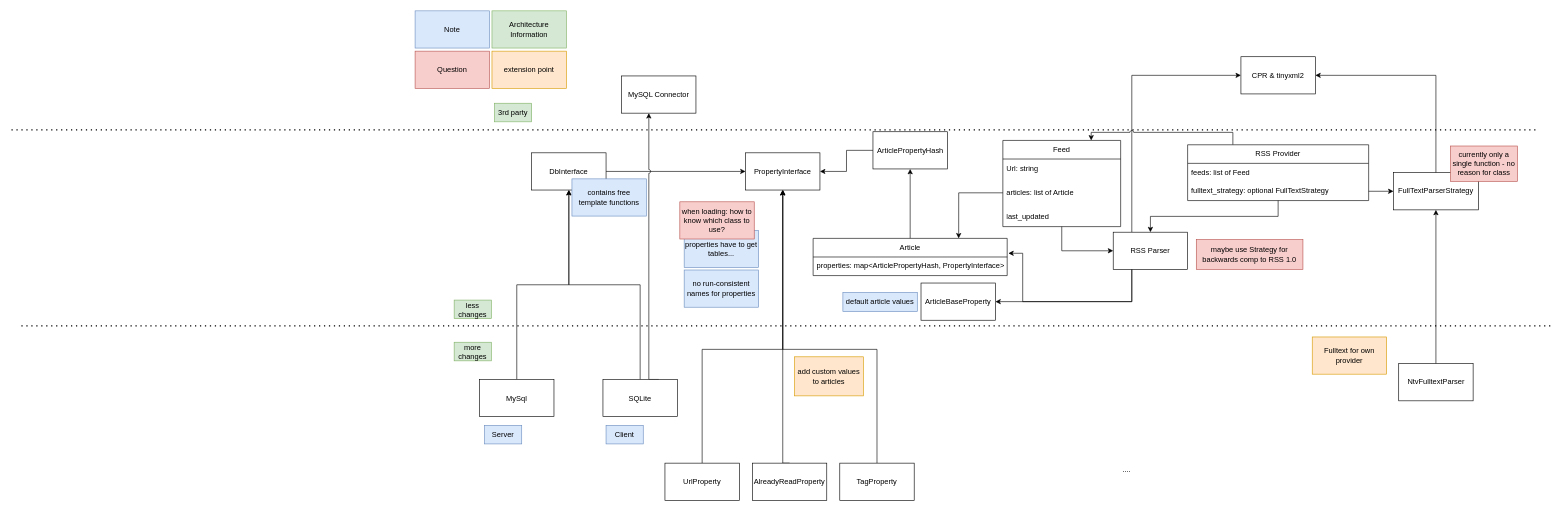
parthux1/feedcat keeps this draw.io diagram as doc/source/img/architecture.drawio. Above is the earlier version. Source tidied: cells renumbered, new cells numbered last; positions are measured from the earlier drawing's top-left corner, leaving out a move shared by most shapes. Both pictures are drawn from the tidied source at 62%, with x=0, y=0 at pixel (11, 11).
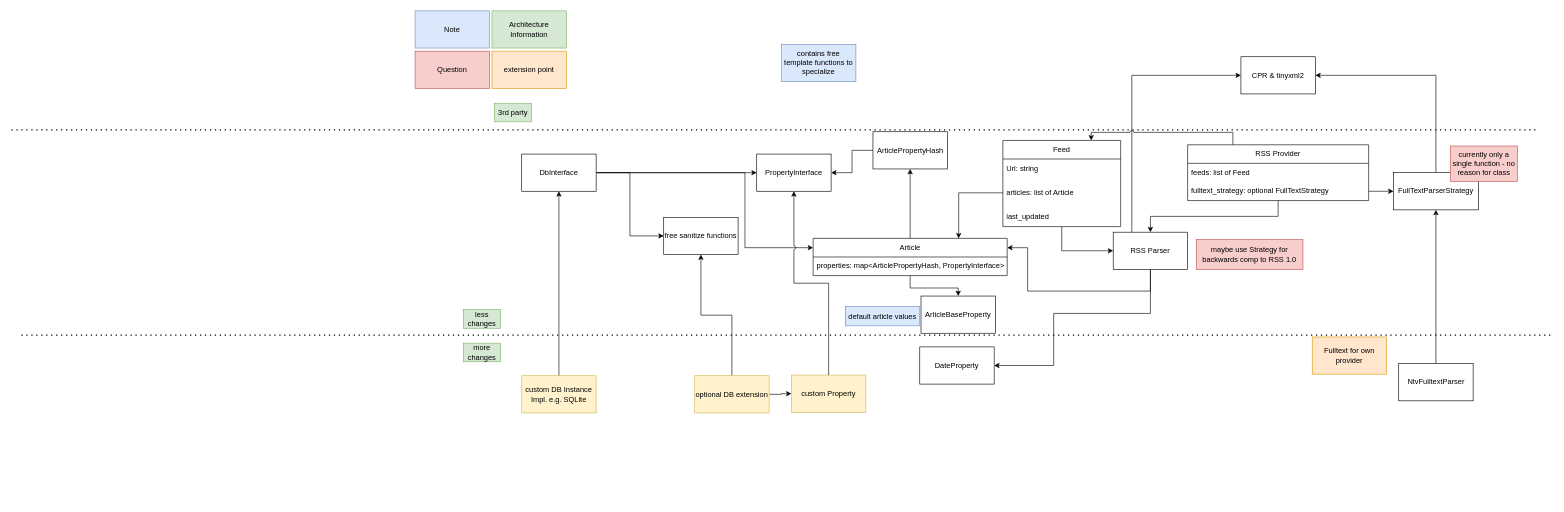
The same diagram, later.

The change refers to these unchanged cells:
```xml
<mxCell id="4" value="RSS Parser" style="rounded=0;whiteSpace=wrap;html=1;" parent="1" vertex="1">
  <mxGeometry x="1777" y="357" width="120" height="60" as="geometry" />
</mxCell>
<mxCell id="55" value="Article" style="swimlane;fontStyle=0;horizontal=1;startSize=30;whiteSpace=wrap;html=1;" parent="1" vertex="1">
  <mxGeometry x="1293" y="367" width="313" height="60" as="geometry" />
</mxCell>
```

The edit, as a diff of the source:
```diff
@@
-    <mxCell id="3" style="edgeStyle=orthogonalEdgeStyle;rounded=0;jettySize=auto;html=1;exitX=0.25;exitY=1;exitDx=0;exitDy=0;entryX=1;entryY=0.5;entryDx=0;entryDy=0;" parent="1" edge="1" source="4" target="51">
-      <mxGeometry relative="1" as="geometry" />
-    </mxCell>
+    <mxCell id="65" style="edgeStyle=orthogonalEdgeStyle;rounded=0;jettySize=auto;html=1;entryX=1;entryY=0.5;entryDx=0;entryDy=0;" parent="1" edge="1" source="4" target="75">
+      <mxGeometry relative="1" as="geometry">
+        <Array as="points">
+          <mxPoint x="1837" y="488" />
+          <mxPoint x="1681" y="488" />
+          <mxPoint x="1681" y="572" />
+        </Array>
+      </mxGeometry>
+    </mxCell>
+    <mxCell id="62" style="edgeStyle=orthogonalEdgeStyle;rounded=0;jettySize=auto;html=1;exitX=0.5;exitY=1;exitDx=0;exitDy=0;entryX=1;entryY=0.25;entryDx=0;entryDy=0;" parent="1" edge="1" source="4" target="55">
+      <mxGeometry relative="1" as="geometry">
+        <Array as="points">
+          <mxPoint x="1837" y="452" />
+          <mxPoint x="1639" y="452" />
+          <mxPoint x="1639" y="382" />
+        </Array>
+      </mxGeometry>
+    </mxCell>
@@
-    <mxCell id="6" style="edgeStyle=orthogonalEdgeStyle;rounded=0;jettySize=auto;html=1;exitX=0.5;exitY=0;exitDx=0;exitDy=0;entryX=0.5;entryY=1;entryDx=0;entryDy=0;" parent="1" edge="1" source="7" target="63">
-      <mxGeometry relative="1" as="geometry">
-        <Array as="points">
-          <mxPoint x="1114" y="546" />
-          <mxPoint x="1244" y="546" />
-        </Array>
-      </mxGeometry>
-    </mxCell>
-    <mxCell id="7" value="UrlProperty" style="rounded=0;whiteSpace=wrap;html=1;" parent="1" vertex="1">
-      <mxGeometry x="1054" y="729.5" width="120" height="60" as="geometry" />
-    </mxCell>
-    <mxCell id="8" style="edgeStyle=orthogonalEdgeStyle;rounded=0;jettySize=auto;html=1;exitX=0.5;exitY=0;exitDx=0;exitDy=0;entryX=0.5;entryY=1;entryDx=0;entryDy=0;" parent="1" edge="1" source="9" target="63">
-      <mxGeometry relative="1" as="geometry">
-        <Array as="points">
-          <mxPoint x="1244" y="730" />
-        </Array>
-      </mxGeometry>
-    </mxCell>
-    <mxCell id="9" value="AlreadyReadProperty" style="rounded=0;whiteSpace=wrap;html=1;" parent="1" vertex="1">
-      <mxGeometry x="1195" y="729.5" width="120" height="60" as="geometry" />
-    </mxCell>
-    <mxCell id="10" style="edgeStyle=orthogonalEdgeStyle;rounded=0;jettySize=auto;html=1;exitX=0.5;exitY=0;exitDx=0;exitDy=0;entryX=0.5;entryY=1;entryDx=0;entryDy=0;" parent="1" edge="1" source="11" target="63">
-      <mxGeometry relative="1" as="geometry">
-        <Array as="points">
-          <mxPoint x="1396" y="546" />
-          <mxPoint x="1244" y="546" />
-        </Array>
-      </mxGeometry>
-    </mxCell>
-    <mxCell id="11" value="TagProperty" style="rounded=0;whiteSpace=wrap;html=1;" parent="1" vertex="1">
-      <mxGeometry x="1336" y="729.5" width="120" height="60" as="geometry" />
+    <mxCell id="11" value="custom Property" style="rounded=0;whiteSpace=wrap;html=1;fillColor=#fff2cc;strokeColor=#d6b656;" parent="1" vertex="1">
+      <mxGeometry x="1258" y="587.5" width="120" height="60" as="geometry" />
     </mxCell>
@@
+    <mxCell id="66" style="edgeStyle=orthogonalEdgeStyle;rounded=0;jettySize=auto;html=1;entryX=0;entryY=0.5;entryDx=0;entryDy=0;" parent="1" edge="1" source="13" target="72">
+      <mxGeometry relative="1" as="geometry" />
+    </mxCell>
+    <mxCell id="67" style="edgeStyle=orthogonalEdgeStyle;rounded=0;jettySize=auto;html=1;entryX=0;entryY=0.25;entryDx=0;entryDy=0;" parent="1" edge="1" source="13" target="55">
+      <mxGeometry relative="1" as="geometry">
+        <Array as="points">
+          <mxPoint x="1183" y="261" />
+          <mxPoint x="1183" y="382" />
+        </Array>
+      </mxGeometry>
+    </mxCell>
     <mxCell id="13" value="DbInterface" style="rounded=0;whiteSpace=wrap;html=1;" parent="1" vertex="1">
-      <mxGeometry x="839" y="229" width="120" height="60" as="geometry" />
+      <mxGeometry x="823" y="231" width="120" height="60" as="geometry" />
     </mxCell>
-    <mxCell id="14" value="...." style="text;html=1;strokeColor=none;fillColor=none;align=center;verticalAlign=middle;whiteSpace=wrap;rounded=0;" parent="1" vertex="1">
-      <mxGeometry x="1769" y="724.5" width="60" height="30" as="geometry" />
-    </mxCell>
-    <mxCell id="15" style="edgeStyle=orthogonalEdgeStyle;rounded=0;jettySize=auto;html=1;exitX=0.5;exitY=0;exitDx=0;exitDy=0;entryX=0.5;entryY=1;entryDx=0;entryDy=0;" parent="1" edge="1" source="16" target="13">
-      <mxGeometry relative="1" as="geometry" />
-    </mxCell>
-    <mxCell id="16" value="MySql" style="rounded=0;whiteSpace=wrap;html=1;" parent="1" vertex="1">
-      <mxGeometry x="755" y="594.5" width="120" height="60" as="geometry" />
-    </mxCell>
-    <mxCell id="17" style="edgeStyle=orthogonalEdgeStyle;rounded=0;jettySize=auto;html=1;jumpStyle=arc;" parent="1" edge="1" source="19" target="13">
-      <mxGeometry relative="1" as="geometry" />
-    </mxCell>
-    <mxCell id="18" style="edgeStyle=orthogonalEdgeStyle;rounded=0;jettySize=auto;html=1;exitX=0.75;exitY=0;exitDx=0;exitDy=0;shadow=0;jumpStyle=arc;" parent="1" edge="1" source="19" target="27">
-      <mxGeometry relative="1" as="geometry">
-        <Array as="points">
-          <mxPoint x="1028" y="594" />
-        </Array>
-      </mxGeometry>
-    </mxCell>
-    <mxCell id="19" value="SQLite" style="rounded=0;whiteSpace=wrap;html=1;" parent="1" vertex="1">
-      <mxGeometry x="954" y="594.5" width="120" height="60" as="geometry" />
-    </mxCell>
-    <mxCell id="20" value="Server" style="text;html=1;strokeColor=#6c8ebf;fillColor=#dae8fc;align=center;verticalAlign=middle;whiteSpace=wrap;rounded=0;" parent="1" vertex="1">
-      <mxGeometry x="763" y="668.5" width="60" height="30" as="geometry" />
-    </mxCell>
-    <mxCell id="21" value="Client" style="text;html=1;strokeColor=#6c8ebf;fillColor=#dae8fc;align=center;verticalAlign=middle;whiteSpace=wrap;rounded=0;" parent="1" vertex="1">
-      <mxGeometry x="959" y="668.5" width="60" height="30" as="geometry" />
-    </mxCell>
-    <mxCell id="22" style="endArrow=none;dashed=1;html=1;dashPattern=1 3;strokeWidth=2;rounded=0;" parent="1" edge="1">
-      <mxGeometry relative="1" as="geometry">
-        <mxPoint x="16" y="508" as="sourcePoint" />
-        <mxPoint x="2486" y="508" as="targetPoint" />
-      </mxGeometry>
-    </mxCell>
     <mxCell id="23" value="more changes" style="text;html=1;strokeColor=#82b366;fillColor=#d5e8d4;align=center;verticalAlign=middle;whiteSpace=wrap;rounded=0;" parent="1" vertex="1">
-      <mxGeometry x="714" y="534.5" width="60" height="30" as="geometry" />
+      <mxGeometry x="729" y="536" width="60" height="30" as="geometry" />
     </mxCell>
     <mxCell id="24" value="less changes" style="text;html=1;strokeColor=#82b366;fillColor=#d5e8d4;align=center;verticalAlign=middle;whiteSpace=wrap;rounded=0;" parent="1" vertex="1">
-      <mxGeometry x="714" y="466.5" width="60" height="30" as="geometry" />
+      <mxGeometry x="729" y="482" width="60" height="30" as="geometry" />
     </mxCell>
@@
-    <mxCell id="27" value="MySQL Connector" style="rounded=0;whiteSpace=wrap;html=1;" parent="1" vertex="1">
-      <mxGeometry x="984" y="105" width="120" height="60" as="geometry" />
-    </mxCell>
@@
-    <mxCell id="47" value="add custom values to articles" style="rounded=0;whiteSpace=wrap;html=1;fillColor=#ffe6cc;strokeColor=#d79b00;" parent="1" vertex="1">
-      <mxGeometry x="1263" y="558" width="111" height="63" as="geometry" />
-    </mxCell>
@@
     <mxCell id="51" value="ArticleBaseProperty" style="rounded=0;whiteSpace=wrap;html=1;" parent="1" vertex="1">
-      <mxGeometry x="1467" y="439" width="120" height="60" as="geometry" />
+      <mxGeometry x="1467" y="460" width="120" height="60" as="geometry" />
     </mxCell>
     <mxCell id="52" value="default article values" style="rounded=0;whiteSpace=wrap;html=1;fillColor=#dae8fc;strokeColor=#6c8ebf;" parent="1" vertex="1">
-      <mxGeometry x="1341" y="454" width="120" height="31" as="geometry" />
+      <mxGeometry x="1345" y="477" width="120" height="31" as="geometry" />
     </mxCell>
-    <mxCell id="53" value="properties have to get tables..." style="rounded=0;whiteSpace=wrap;html=1;fillColor=#dae8fc;strokeColor=#6c8ebf;" parent="1" vertex="1">
-      <mxGeometry x="1085" y="354" width="120" height="60" as="geometry" />
-    </mxCell>
@@
+    <mxCell id="68" style="edgeStyle=orthogonalEdgeStyle;rounded=0;jettySize=auto;html=1;" parent="1" edge="1" source="55" target="51">
+      <mxGeometry relative="1" as="geometry" />
+    </mxCell>
@@
-    <mxCell id="60" value="when loading: how to know which class to use?" style="rounded=0;whiteSpace=wrap;html=1;fillColor=#f8cecc;strokeColor=#b85450;" parent="1" vertex="1">
-      <mxGeometry x="1078" y="308" width="120" height="60" as="geometry" />
-    </mxCell>
-    <mxCell id="61" value="no run-consistent names for properties" style="rounded=0;whiteSpace=wrap;html=1;fillColor=#dae8fc;strokeColor=#6c8ebf;" parent="1" vertex="1">
-      <mxGeometry x="1085" y="418" width="120" height="60" as="geometry" />
-    </mxCell>
-    <mxCell id="62" style="edgeStyle=orthogonalEdgeStyle;rounded=0;jettySize=auto;html=1;exitX=0.25;exitY=1;exitDx=0;exitDy=0;entryX=1.006;entryY=0.4;entryDx=0;entryDy=0;entryPerimeter=0;" parent="1" edge="1" source="4" target="55">
-      <mxGeometry relative="1" as="geometry">
-        <Array as="points">
-          <mxPoint x="1807" y="469" />
-          <mxPoint x="1631" y="469" />
-          <mxPoint x="1631" y="391" />
-        </Array>
-      </mxGeometry>
-    </mxCell>
     <mxCell id="63" value="PropertyInterface" style="rounded=0;whiteSpace=wrap;html=1;" parent="1" vertex="1">
-      <mxGeometry x="1184" y="229" width="120" height="60" as="geometry" />
+      <mxGeometry x="1202" y="231" width="120" height="60" as="geometry" />
     </mxCell>
-    <mxCell id="64" value="contains free template functions" style="rounded=0;whiteSpace=wrap;html=1;fillColor=#dae8fc;strokeColor=#6c8ebf;" parent="1" vertex="1">
-      <mxGeometry x="904" y="271" width="120" height="60" as="geometry" />
+    <mxCell id="64" value="contains free template functions to specialize" style="rounded=0;whiteSpace=wrap;html=1;fillColor=#dae8fc;strokeColor=#6c8ebf;" parent="1" vertex="1">
+      <mxGeometry x="1242" y="54" width="120" height="60" as="geometry" />
     </mxCell>
+    <mxCell id="69" style="edgeStyle=orthogonalEdgeStyle;rounded=0;jettySize=auto;html=1;" parent="1" edge="1" source="71" target="72">
+      <mxGeometry relative="1" as="geometry" />
+    </mxCell>
+    <mxCell id="70" style="edgeStyle=orthogonalEdgeStyle;rounded=0;jettySize=auto;html=1;" parent="1" edge="1" source="71" target="11">
+      <mxGeometry relative="1" as="geometry" />
+    </mxCell>
+    <mxCell id="71" value="optional DB extension" style="rounded=0;whiteSpace=wrap;html=1;fillColor=#fff2cc;strokeColor=#d6b656;" parent="1" vertex="1">
+      <mxGeometry x="1102" y="588.5" width="120" height="60" as="geometry" />
+    </mxCell>
+    <mxCell id="72" value="free sanitize functions" style="rounded=0;whiteSpace=wrap;html=1;" parent="1" vertex="1">
+      <mxGeometry x="1052" y="333" width="120" height="60" as="geometry" />
+    </mxCell>
+    <mxCell id="73" style="edgeStyle=orthogonalEdgeStyle;rounded=0;jettySize=auto;html=1;" parent="1" edge="1" source="74" target="13">
+      <mxGeometry relative="1" as="geometry" />
+    </mxCell>
+    <mxCell id="74" value="custom DB Instance Impl. e.g. SQLite" style="rounded=0;whiteSpace=wrap;html=1;fillColor=#fff2cc;strokeColor=#d6b656;" parent="1" vertex="1">
+      <mxGeometry x="823" y="588.5" width="120" height="60" as="geometry" />
+    </mxCell>
+    <mxCell id="10" style="edgeStyle=orthogonalEdgeStyle;rounded=0;jettySize=auto;html=1;entryX=0.5;entryY=1;entryDx=0;entryDy=0;jumpStyle=arc;" parent="1" edge="1" source="11" target="63">
+      <mxGeometry relative="1" as="geometry" />
+    </mxCell>
+    <mxCell id="22" style="endArrow=none;dashed=1;html=1;dashPattern=1 3;strokeWidth=2;rounded=0;" parent="1" edge="1">
+      <mxGeometry relative="1" as="geometry">
+        <mxPoint x="16" y="523" as="sourcePoint" />
+        <mxPoint x="2486" y="523" as="targetPoint" />
+      </mxGeometry>
+    </mxCell>
+    <mxCell id="75" value="DateProperty" style="rounded=0;whiteSpace=wrap;html=1;" parent="1" vertex="1">
+      <mxGeometry x="1465" y="542" width="120" height="60" as="geometry" />
+    </mxCell>
```
